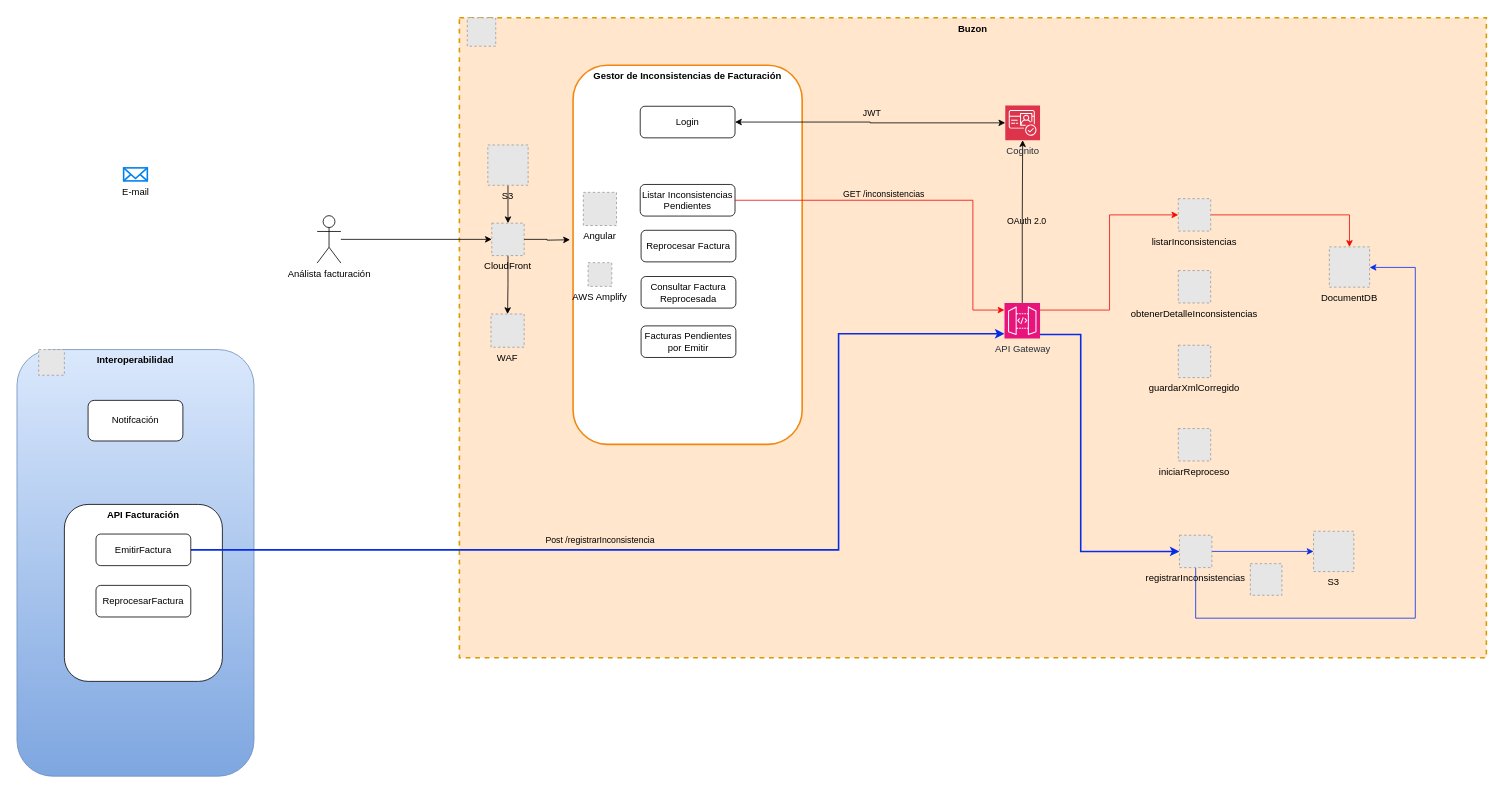
This is page "Gestor Inconsistencias" (18 of 18) of Emision en Linea - Todos.drawio from carlosvalderrama1204/diagrams, a draw.io file, before an edit. Source tidied: cells renumbered, new cells numbered last; positions are measured from the earlier drawing's top-left corner, leaving out a move shared by most shapes. Both pictures are drawn from the tidied source at 79%, with x=0, y=0 at pixel (17, 17). Pictures stored in the file or linked from it are replaced by grey dashed boxes.
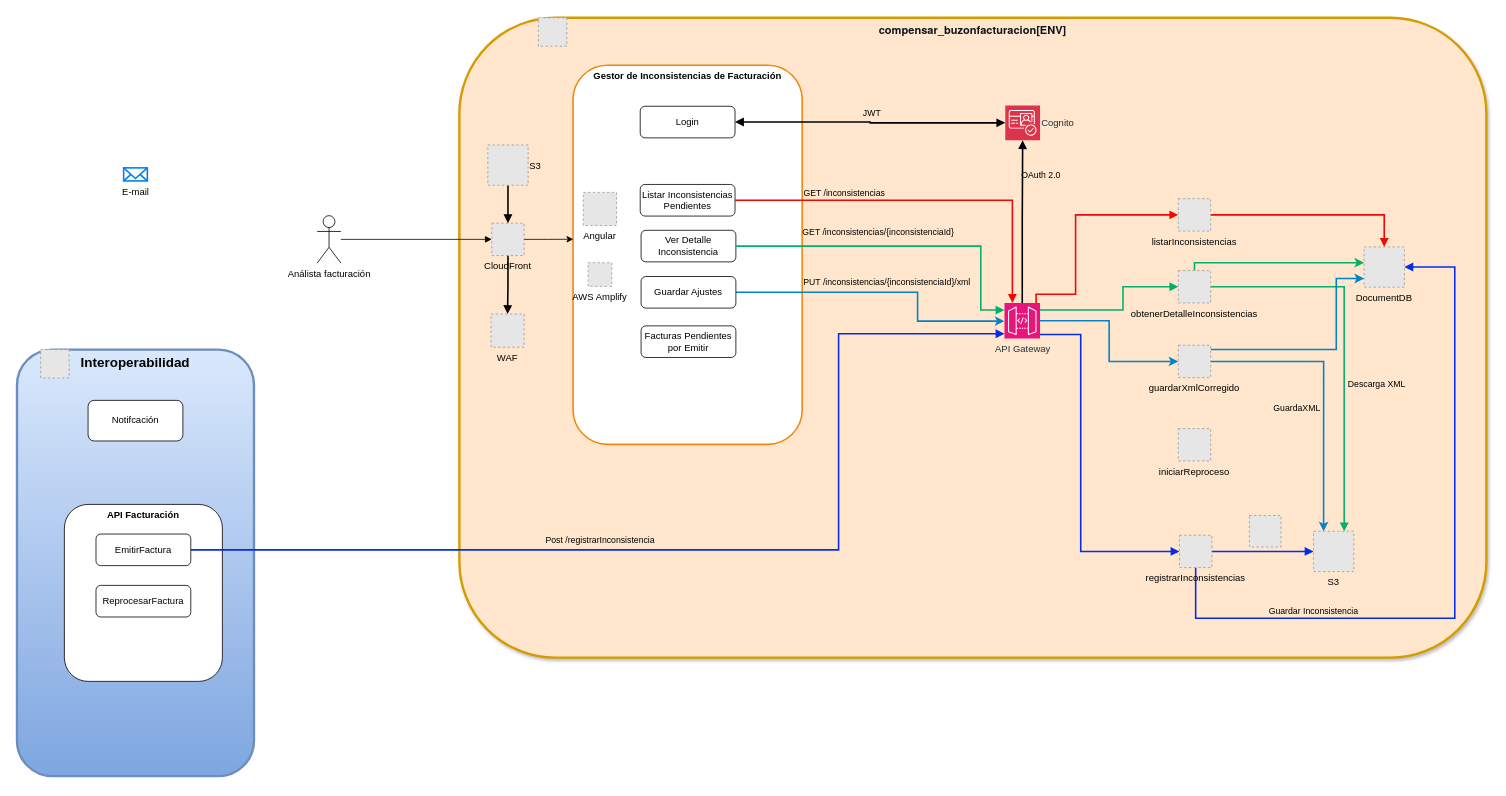
The same diagram, later.

The change refers to these unchanged cells:
```xml
<mxCell id="8" value="Análista facturación" style="shape=umlActor;verticalLabelPosition=bottom;verticalAlign=top;html=1;outlineConnect=0;" parent="1" vertex="1">
  <mxGeometry x="380" y="250.5" width="30" height="60" as="geometry" />
</mxCell>
<mxCell id="12" value="EmitirFactura" style="rounded=1;whiteSpace=wrap;html=1;" parent="1" vertex="1">
  <mxGeometry x="100" y="653.5" width="120" height="40" as="geometry" />
</mxCell>
<mxCell id="18" value="API Gateway" style="sketch=0;points=[[0,0,0],[0.25,0,0],[0.5,0,0],[0.75,0,0],[1,0,0],[0,1,0],[0.25,1,0],[0.5,1,0],[0.75,1,0],[1,1,0],[0,0.25,0],[0,0.5,0],[0,0.75,0],[1,0.25,0],[1,0.5,0],[1,0.75,0]];outlineConnect=0;fontColor=#232F3E;fillColor=#E7157B;strokeColor=#ffffff;dashed=0;verticalLabelPosition=bottom;verticalAlign=top;align=center;html=1;fontSize=12;fontStyle=0;shape=mxgraph.aws4.resourceIcon;resIcon=mxgraph.aws4.api_gateway;" parent="1" vertex="1">
  <mxGeometry x="1250" y="361" width="45" height="45" as="geometry" />
</mxCell>
<mxCell id="21" value="CloudFront" style="fillColor=#E6E6E6;strokeColor=#999999;dashed=1;verticalLabelPosition=bottom;labelBackgroundColor=none;verticalAlign=top;" parent="1" vertex="1">
  <mxGeometry x="601" y="260" width="41" height="41" as="geometry" />
</mxCell>
<mxCell id="22" value="WAF" style="fillColor=#E6E6E6;strokeColor=#999999;dashed=1;verticalLabelPosition=bottom;labelBackgroundColor=none;verticalAlign=top;" parent="1" vertex="1">
  <mxGeometry x="600" y="375" width="42" height="42" as="geometry" />
</mxCell>
<mxCell id="25" value="S3" style="fillColor=#E6E6E6;strokeColor=#999999;dashed=1;verticalLabelPosition=bottom;labelBackgroundColor=none;verticalAlign=top;" parent="1" vertex="1">
  <mxGeometry x="1641.2" y="650" width="51" height="51" as="geometry" />
</mxCell>
<mxCell id="30" value="registrarInconsistencias" style="fillColor=#E6E6E6;strokeColor=#999999;dashed=1;verticalLabelPosition=bottom;labelBackgroundColor=none;verticalAlign=top;" parent="1" vertex="1">
  <mxGeometry x="1471.5" y="655" width="41" height="41" as="geometry" />
</mxCell>
<mxCell id="32" value="listarInconsistencias" style="fillColor=#E6E6E6;strokeColor=#999999;dashed=1;verticalLabelPosition=bottom;labelBackgroundColor=none;verticalAlign=top;" parent="1" vertex="1">
  <mxGeometry x="1470" y="229" width="41" height="41" as="geometry" />
</mxCell>
<mxCell id="33" value="obtenerDetalleInconsistencias" style="fillColor=#E6E6E6;strokeColor=#999999;dashed=1;verticalLabelPosition=bottom;labelBackgroundColor=none;verticalAlign=top;" parent="1" vertex="1">
  <mxGeometry x="1470" y="320" width="41" height="41" as="geometry" />
</mxCell>
<mxCell id="34" value="guardarXmlCorregido" style="fillColor=#E6E6E6;strokeColor=#999999;dashed=1;verticalLabelPosition=bottom;labelBackgroundColor=none;verticalAlign=top;" parent="1" vertex="1">
  <mxGeometry x="1470" y="414.5" width="41" height="41" as="geometry" />
</mxCell>
<mxCell id="36" value="Gestor de Inconsistencias de Facturación" style="rounded=1;whiteSpace=wrap;html=1;align=center;verticalAlign=top;fontStyle=1;strokeColor=light-dark(#f1870e, #ededed);strokeWidth=2;" parent="1" vertex="1">
  <mxGeometry x="703.9" y="60" width="290" height="480" as="geometry" />
</mxCell>
<mxCell id="37" value="Login" style="rounded=1;whiteSpace=wrap;html=1;" parent="1" vertex="1">
  <mxGeometry x="788.9" y="112" width="120" height="40" as="geometry" />
</mxCell>
<mxCell id="38" value="Listar Inconsistencias Pendientes" style="rounded=1;whiteSpace=wrap;html=1;" parent="1" vertex="1">
  <mxGeometry x="788.9" y="211" width="120" height="40" as="geometry" />
</mxCell>
```

Diff of the diagram source:
```diff
@@
-    <mxCell id="2" value="Buzon" style="rounded=0;whiteSpace=wrap;html=1;verticalAlign=top;fontStyle=1;fillColor=#ffe6cc;strokeColor=#d79b00;dashed=1;strokeWidth=2;" parent="1" vertex="1">
+    <mxCell id="2" value="&lt;span style=&quot;color: rgb(15, 20, 26); font-family: &amp;quot;Amazon Ember&amp;quot;, &amp;quot;Helvetica Neue&amp;quot;, Roboto, Arial, sans-serif; font-size: 14px; text-align: start;&quot;&gt;compensar_buzonfacturacion[ENV]&lt;/span&gt;" style="rounded=1;whiteSpace=wrap;html=1;verticalAlign=top;fontStyle=1;fillColor=#ffe6cc;strokeColor=#d79b00;strokeWidth=3;labelBackgroundColor=none;labelBorderColor=none;textShadow=0;perimeterSpacing=0;glass=0;shadow=1;" parent="1" vertex="1">
       <mxGeometry x="560" width="1300" height="810" as="geometry" />
     </mxCell>
-    <mxCell id="3" style="group;dashed=1;strokeWidth=2;" parent="1" vertex="1">
+    <mxCell id="3" style="group;strokeWidth=1;shadow=1;" parent="1" vertex="1">
       <mxGeometry y="420" width="300" height="540" as="geometry" />
     </mxCell>
-    <mxCell id="4" value="Interoperabilidad" style="rounded=1;whiteSpace=wrap;html=1;fontStyle=1;verticalAlign=top;fillColor=#dae8fc;strokeColor=#6c8ebf;gradientColor=#7ea6e0;" parent="3" vertex="1">
+    <mxCell id="4" value="&lt;font style=&quot;font-size: 17px;&quot;&gt;Interoperabilidad&lt;/font&gt;" style="rounded=1;whiteSpace=wrap;html=1;fontStyle=1;verticalAlign=top;fillColor=#dae8fc;strokeColor=#6c8ebf;gradientColor=#7ea6e0;strokeWidth=3;" parent="3" vertex="1">
       <mxGeometry width="300" height="540" as="geometry" />
     </mxCell>
-    <mxCell id="5" style="fillColor=#E6E6E6;strokeColor=#999999;dashed=1;verticalLabelPosition=bottom;labelBackgroundColor=default;verticalAlign=top;" parent="3" vertex="1">
-      <mxGeometry x="27.5" width="32.5" height="32.5" as="geometry" />
-    </mxCell>
@@
+    <mxCell id="51" style="fillColor=#E6E6E6;strokeColor=#999999;dashed=1;verticalLabelPosition=bottom;labelBackgroundColor=default;verticalAlign=top;" parent="3" vertex="1">
+      <mxGeometry x="30" width="36" height="36" as="geometry" />
+    </mxCell>
-    <mxCell id="7" style="edgeStyle=orthogonalEdgeStyle;rounded=0;jettySize=auto;html=1;entryX=0;entryY=0.5;entryDx=0;entryDy=0;" parent="1" edge="1" source="8" target="21">
+    <mxCell id="7" style="edgeStyle=orthogonalEdgeStyle;rounded=0;jettySize=auto;html=1;entryX=0;entryY=0.5;entryDx=0;entryDy=0;endArrow=block;endFill=1;" parent="1" edge="1" source="8" target="21">
       <mxGeometry relative="1" as="geometry" />
     </mxCell>
@@
-    <mxCell id="10" style="edgeStyle=orthogonalEdgeStyle;rounded=0;jettySize=auto;html=1;strokeColor=light-dark(#062cea, #ededed);strokeWidth=2;" parent="1" edge="1" source="12" target="18">
+    <mxCell id="10" style="edgeStyle=orthogonalEdgeStyle;rounded=0;jettySize=auto;html=1;strokeColor=light-dark(#062cea, #ededed);strokeWidth=2;endArrow=block;endFill=1;" parent="1" edge="1" source="12" target="18">
       <mxGeometry relative="1" as="geometry">
         <Array as="points">
           <mxPoint x="1040" y="674" />
           <mxPoint x="1040" y="400" />
         </Array>
       </mxGeometry>
     </mxCell>
@@
-    <mxCell id="14" style="edgeStyle=orthogonalEdgeStyle;rounded=0;jettySize=auto;html=1;entryX=0;entryY=0.5;entryDx=0;entryDy=0;strokeColor=light-dark(#062CEA,#EDEDED);strokeWidth=2;" parent="1" edge="1" source="18" target="30">
+    <mxCell id="14" style="edgeStyle=orthogonalEdgeStyle;rounded=0;jettySize=auto;html=1;entryX=0;entryY=0.5;entryDx=0;entryDy=0;strokeColor=light-dark(#062CEA,#EDEDED);strokeWidth=2;endArrow=block;endFill=1;" parent="1" edge="1" source="18" target="30">
       <mxGeometry relative="1" as="geometry">
         <Array as="points">
           <mxPoint x="1346.5" y="401" />
           <mxPoint x="1346.5" y="676" />
         </Array>
       </mxGeometry>
     </mxCell>
-    <mxCell id="15" style="edgeStyle=orthogonalEdgeStyle;rounded=0;jettySize=auto;html=1;" parent="1" edge="1" source="18" target="27">
+    <mxCell id="15" style="edgeStyle=orthogonalEdgeStyle;rounded=0;jettySize=auto;html=1;endArrow=block;endFill=1;strokeWidth=2;" parent="1" edge="1" source="18" target="27">
       <mxGeometry relative="1" as="geometry" />
     </mxCell>
     <mxCell id="16" value="OAuth 2.0" style="edgeLabel;html=1;align=center;verticalAlign=middle;labelBackgroundColor=none;" parent="15" vertex="1">
       <mxGeometry x="0.01" y="-3" relative="1" as="geometry">
-        <mxPoint x="1" as="offset" />
+        <mxPoint x="19" y="-59" as="offset" />
       </mxGeometry>
     </mxCell>
-    <mxCell id="17" style="edgeStyle=orthogonalEdgeStyle;rounded=0;jettySize=auto;html=1;entryX=0;entryY=0.5;entryDx=0;entryDy=0;strokeColor=#F20707;" parent="1" edge="1" source="18" target="32">
+    <mxCell id="17" style="edgeStyle=orthogonalEdgeStyle;rounded=0;jettySize=auto;html=1;entryX=0;entryY=0.5;entryDx=0;entryDy=0;strokeColor=#F20707;endArrow=block;endFill=1;strokeWidth=2;" parent="1" edge="1" source="18" target="32">
       <mxGeometry relative="1" as="geometry">
         <Array as="points">
-          <mxPoint x="1383" y="370" />
-          <mxPoint x="1383" y="250" />
+          <mxPoint x="1290" y="350" />
+          <mxPoint x="1340" y="350" />
+          <mxPoint x="1340" y="249" />
         </Array>
       </mxGeometry>
     </mxCell>
+    <mxCell id="52" style="edgeStyle=orthogonalEdgeStyle;rounded=0;jettySize=auto;html=1;entryX=0;entryY=0.5;entryDx=0;entryDy=0;strokeColor=#04AF6D;strokeWidth=2;endArrow=block;endFill=1;" parent="1" edge="1" source="18" target="33">
+      <mxGeometry relative="1" as="geometry">
+        <Array as="points">
+          <mxPoint x="1400" y="370" />
+          <mxPoint x="1400" y="341" />
+        </Array>
+      </mxGeometry>
+    </mxCell>
+    <mxCell id="53" style="edgeStyle=orthogonalEdgeStyle;rounded=0;jettySize=auto;html=1;entryX=0;entryY=0.5;entryDx=0;entryDy=0;strokeColor=#0084C7;strokeWidth=2;" parent="1" edge="1" source="18" target="34">
+      <mxGeometry relative="1" as="geometry" />
+    </mxCell>
@@
-    <mxCell id="20" style="edgeStyle=orthogonalEdgeStyle;rounded=0;jettySize=auto;html=1;entryX=0.5;entryY=0;entryDx=0;entryDy=0;" parent="1" edge="1" source="21" target="22">
+    <mxCell id="20" style="edgeStyle=orthogonalEdgeStyle;rounded=0;jettySize=auto;html=1;entryX=0.5;entryY=0;entryDx=0;entryDy=0;endArrow=block;endFill=1;strokeWidth=2;" parent="1" edge="1" source="21" target="22">
       <mxGeometry relative="1" as="geometry" />
     </mxCell>
@@
     <mxCell id="23" style="fillColor=#E6E6E6;strokeColor=#999999;dashed=1;verticalLabelPosition=bottom;labelBackgroundColor=default;verticalAlign=top;" parent="1" vertex="1">
-      <mxGeometry x="570" width="36" height="36" as="geometry" />
+      <mxGeometry x="660" width="36" height="36" as="geometry" />
     </mxCell>
-    <mxCell id="24" value="DocumentDB" style="fillColor=#E6E6E6;strokeColor=#999999;dashed=1;verticalLabelPosition=bottom;labelBackgroundColor=none;verticalAlign=top;" parent="1" vertex="1">
-      <mxGeometry x="1661.2" y="290" width="51" height="51" as="geometry" />
+    <mxCell id="24" value="DocumentDB" style="fillColor=#E6E6E6;strokeColor=#999999;dashed=1;verticalLabelPosition=bottom;labelBackgroundColor=none;verticalAlign=top;labelPosition=center;align=center;" parent="1" vertex="1">
+      <mxGeometry x="1705.2" y="290" width="51" height="51" as="geometry" />
     </mxCell>
@@
     <mxCell id="26" style="fillColor=#E6E6E6;strokeColor=#999999;dashed=1;html=1;verticalAlign=top;verticalLabelPosition=bottom;labelBackgroundColor=#ffffff;" parent="1" vertex="1">
-      <mxGeometry x="1561.2" y="691" width="40" height="40" as="geometry" />
+      <mxGeometry x="1560" y="630" width="40" height="40" as="geometry" />
     </mxCell>
-    <mxCell id="27" value="Cognito" style="sketch=0;points=[[0,0,0],[0.25,0,0],[0.5,0,0],[0.75,0,0],[1,0,0],[0,1,0],[0.25,1,0],[0.5,1,0],[0.75,1,0],[1,1,0],[0,0.25,0],[0,0.5,0],[0,0.75,0],[1,0.25,0],[1,0.5,0],[1,0.75,0]];outlineConnect=0;fontColor=#232F3E;fillColor=#DD344C;strokeColor=#ffffff;dashed=0;verticalLabelPosition=bottom;verticalAlign=top;align=center;html=1;fontSize=12;fontStyle=0;shape=mxgraph.aws4.resourceIcon;resIcon=mxgraph.aws4.cognito;" parent="1" vertex="1">
+    <mxCell id="27" value="Cognito" style="sketch=0;points=[[0,0,0],[0.25,0,0],[0.5,0,0],[0.75,0,0],[1,0,0],[0,1,0],[0.25,1,0],[0.5,1,0],[0.75,1,0],[1,1,0],[0,0.25,0],[0,0.5,0],[0,0.75,0],[1,0.25,0],[1,0.5,0],[1,0.75,0]];outlineConnect=0;fontColor=#232F3E;fillColor=#DD344C;strokeColor=#ffffff;dashed=0;verticalLabelPosition=middle;verticalAlign=middle;align=left;html=1;fontSize=12;fontStyle=0;shape=mxgraph.aws4.resourceIcon;resIcon=mxgraph.aws4.cognito;labelPosition=right;" parent="1" vertex="1">
       <mxGeometry x="1251" y="111" width="44" height="44" as="geometry" />
     </mxCell>
-    <mxCell id="28" style="edgeStyle=orthogonalEdgeStyle;rounded=0;jettySize=auto;html=1;strokeColor=#062CEA;" parent="1" edge="1" source="30" target="25">
+    <mxCell id="28" style="edgeStyle=orthogonalEdgeStyle;rounded=0;jettySize=auto;html=1;strokeColor=#062CEA;endArrow=block;endFill=1;strokeWidth=2;" parent="1" edge="1" source="30" target="25">
       <mxGeometry relative="1" as="geometry" />
     </mxCell>
-    <mxCell id="29" style="edgeStyle=orthogonalEdgeStyle;rounded=0;jettySize=auto;html=1;strokeColor=#062CEA;" parent="1" edge="1" source="30" target="24">
+    <mxCell id="29" style="edgeStyle=orthogonalEdgeStyle;rounded=0;jettySize=auto;html=1;strokeColor=#062CEA;endArrow=block;endFill=1;strokeWidth=2;entryX=1;entryY=0.5;entryDx=0;entryDy=0;" parent="1" edge="1" source="30" target="24">
       <mxGeometry relative="1" as="geometry">
         <Array as="points">
           <mxPoint x="1492" y="760" />
-          <mxPoint x="1770" y="760" />
-          <mxPoint x="1770" y="316" />
+          <mxPoint x="1820" y="760" />
+          <mxPoint x="1820" y="316" />
         </Array>
       </mxGeometry>
     </mxCell>
+    <mxCell id="54" value="Guardar Inconsistencia" style="edgeLabel;html=1;align=center;verticalAlign=middle;labelBackgroundColor=none;" parent="29" vertex="1">
+      <mxGeometry x="-0.6" y="2" relative="1" as="geometry">
+        <mxPoint x="32" y="-8" as="offset" />
+      </mxGeometry>
+    </mxCell>
@@
-    <mxCell id="31" style="edgeStyle=orthogonalEdgeStyle;rounded=0;jettySize=auto;html=1;entryX=0.5;entryY=0;entryDx=0;entryDy=0;strokeColor=#F20707;" parent="1" edge="1" source="32" target="24">
+    <mxCell id="31" style="edgeStyle=orthogonalEdgeStyle;rounded=0;jettySize=auto;html=1;entryX=0.5;entryY=0;entryDx=0;entryDy=0;strokeColor=#F20707;endArrow=block;endFill=1;strokeWidth=2;" parent="1" edge="1" source="32" target="24">
       <mxGeometry relative="1" as="geometry" />
     </mxCell>
@@
+    <mxCell id="55" style="edgeStyle=orthogonalEdgeStyle;rounded=0;jettySize=auto;html=1;strokeWidth=2;strokeColor=#04AF6D;endArrow=block;endFill=1;" parent="1" edge="1" source="33">
+      <mxGeometry relative="1" as="geometry">
+        <mxPoint x="1680" y="650" as="targetPoint" />
+        <Array as="points">
+          <mxPoint x="1680" y="340" />
+          <mxPoint x="1680" y="650" />
+        </Array>
+      </mxGeometry>
+    </mxCell>
+    <mxCell id="56" value="Descarga XML" style="edgeLabel;html=1;align=center;verticalAlign=middle;labelBackgroundColor=none;" parent="55" vertex="1">
+      <mxGeometry x="0.22" y="1" relative="1" as="geometry">
+        <mxPoint x="39" as="offset" />
+      </mxGeometry>
+    </mxCell>
+    <mxCell id="57" style="edgeStyle=orthogonalEdgeStyle;rounded=0;jettySize=auto;html=1;strokeWidth=2;strokeColor=#04AF6D;" parent="1" edge="1" source="33" target="24">
+      <mxGeometry relative="1" as="geometry">
+        <Array as="points">
+          <mxPoint x="1491" y="310" />
+        </Array>
+      </mxGeometry>
+    </mxCell>
@@
+    <mxCell id="58" style="edgeStyle=orthogonalEdgeStyle;rounded=0;jettySize=auto;html=1;strokeColor=#0084C7;strokeWidth=2;" parent="1" edge="1" source="34" target="24">
+      <mxGeometry relative="1" as="geometry">
+        <Array as="points">
+          <mxPoint x="1670" y="420" />
+          <mxPoint x="1670" y="330" />
+        </Array>
+      </mxGeometry>
+    </mxCell>
+    <mxCell id="59" style="edgeStyle=orthogonalEdgeStyle;rounded=0;jettySize=auto;html=1;entryX=0.25;entryY=0;entryDx=0;entryDy=0;strokeColor=#0084C7;strokeWidth=2;" parent="1" edge="1" source="34" target="25">
+      <mxGeometry relative="1" as="geometry" />
+    </mxCell>
+    <mxCell id="60" value="GuardaXML" style="edgeLabel;html=1;align=center;verticalAlign=middle;labelBackgroundColor=none;" parent="59" vertex="1">
+      <mxGeometry x="0.13" y="-5" relative="1" as="geometry">
+        <mxPoint x="-29" as="offset" />
+      </mxGeometry>
+    </mxCell>
@@
-    <mxCell id="39" value="Reprocesar Factura" style="rounded=1;whiteSpace=wrap;html=1;" parent="1" vertex="1">
+    <mxCell id="39" value="Ver Detalle Inconsistencia" style="rounded=1;whiteSpace=wrap;html=1;" parent="1" vertex="1">
       <mxGeometry x="790" y="269" width="120" height="40" as="geometry" />
     </mxCell>
+    <mxCell id="61" style="edgeStyle=orthogonalEdgeStyle;rounded=0;jettySize=auto;html=1;strokeWidth=2;strokeColor=#0084C7;" parent="1" edge="1" source="40" target="18">
+      <mxGeometry relative="1" as="geometry">
+        <Array as="points">
+          <mxPoint x="1140" y="348" />
+          <mxPoint x="1140" y="384" />
+        </Array>
+      </mxGeometry>
+    </mxCell>
+    <mxCell id="62" value="PUT /inconsistencias/{inconsistenciaId}/xml" style="edgeLabel;html=1;align=center;verticalAlign=middle;labelBackgroundColor=none;" parent="61" vertex="1">
+      <mxGeometry x="-0.42" y="5" relative="1" as="geometry">
+        <mxPoint x="81" y="-8" as="offset" />
+      </mxGeometry>
+    </mxCell>
-    <mxCell id="40" value="Consultar Factura Reprocesada" style="rounded=1;whiteSpace=wrap;html=1;" parent="1" vertex="1">
+    <mxCell id="40" value="Guardar Ajustes" style="rounded=1;whiteSpace=wrap;html=1;" parent="1" vertex="1">
       <mxGeometry x="790" y="327.5" width="120" height="40" as="geometry" />
     </mxCell>
@@
-    <mxCell id="43" style="edgeStyle=orthogonalEdgeStyle;rounded=0;jettySize=auto;html=1;entryX=0;entryY=0.5;entryDx=0;entryDy=0;entryPerimeter=0;startArrow=classic;startFill=1;" parent="1" edge="1" source="37" target="27">
+    <mxCell id="43" style="edgeStyle=orthogonalEdgeStyle;rounded=0;jettySize=auto;html=1;entryX=0;entryY=0.5;entryDx=0;entryDy=0;entryPerimeter=0;startArrow=block;startFill=1;endArrow=block;endFill=1;strokeWidth=2;" parent="1" edge="1" source="37" target="27">
       <mxGeometry relative="1" as="geometry" />
     </mxCell>
@@
-    <mxCell id="45" style="edgeStyle=orthogonalEdgeStyle;rounded=0;jettySize=auto;html=1;entryX=0.5;entryY=0;entryDx=0;entryDy=0;" parent="1" edge="1" source="46" target="21">
+    <mxCell id="45" style="edgeStyle=orthogonalEdgeStyle;rounded=0;jettySize=auto;html=1;entryX=0.5;entryY=0;entryDx=0;entryDy=0;endArrow=block;endFill=1;strokeWidth=2;" parent="1" edge="1" source="46" target="21">
       <mxGeometry relative="1" as="geometry" />
     </mxCell>
-    <mxCell id="46" value="S3" style="fillColor=#E6E6E6;strokeColor=#999999;dashed=1;verticalLabelPosition=bottom;labelBackgroundColor=none;verticalAlign=top;" parent="1" vertex="1">
+    <mxCell id="46" value="S3" style="fillColor=#E6E6E6;strokeColor=#999999;dashed=1;verticalLabelPosition=middle;labelBackgroundColor=none;verticalAlign=middle;labelPosition=right;align=left;" parent="1" vertex="1">
       <mxGeometry x="596" y="161" width="51" height="51" as="geometry" />
     </mxCell>
@@
-    <mxCell id="48" style="edgeStyle=orthogonalEdgeStyle;rounded=0;jettySize=auto;html=1;strokeColor=light-dark(#f20707, #ededed);" parent="1" edge="1" source="38">
+    <mxCell id="48" style="edgeStyle=orthogonalEdgeStyle;rounded=0;jettySize=auto;html=1;strokeColor=light-dark(#f20707, #ededed);endArrow=block;endFill=1;strokeWidth=2;" parent="1" edge="1" source="38" target="18">
       <mxGeometry relative="1" as="geometry">
-        <mxPoint x="1250" y="370" as="targetPoint" />
         <Array as="points">
-          <mxPoint x="1210" y="231" />
-          <mxPoint x="1210" y="370" />
-          <mxPoint x="1250" y="370" />
+          <mxPoint x="1260" y="231" />
         </Array>
       </mxGeometry>
     </mxCell>
     <mxCell id="49" value="GET /inconsistencias" style="edgeLabel;html=1;align=center;verticalAlign=middle;labelBackgroundColor=none;" parent="48" vertex="1">
       <mxGeometry x="-0.38" y="-1" relative="1" as="geometry">
-        <mxPoint x="39" y="-10" as="offset" />
+        <mxPoint x="-11" y="-11" as="offset" />
       </mxGeometry>
     </mxCell>
-    <mxCell id="50" style="edgeStyle=orthogonalEdgeStyle;rounded=0;jettySize=auto;html=1;" parent="1" edge="1" source="21">
-      <mxGeometry relative="1" as="geometry">
-        <mxPoint x="700" y="281" as="targetPoint" />
-      </mxGeometry>
-    </mxCell>
+    <mxCell id="63" style="edgeStyle=orthogonalEdgeStyle;rounded=0;jettySize=auto;html=1;entryX=0.001;entryY=0.459;entryDx=0;entryDy=0;entryPerimeter=0;" parent="1" edge="1" source="21" target="36">
+      <mxGeometry relative="1" as="geometry" />
+    </mxCell>
+    <mxCell id="64" style="edgeStyle=orthogonalEdgeStyle;rounded=0;jettySize=auto;html=1;strokeColor=#04AF6D;strokeWidth=2;endArrow=block;endFill=1;" parent="1" edge="1" source="39" target="18">
+      <mxGeometry relative="1" as="geometry">
+        <Array as="points">
+          <mxPoint x="1220" y="289" />
+          <mxPoint x="1220" y="370" />
+        </Array>
+      </mxGeometry>
+    </mxCell>
+    <mxCell id="65" value="GET /inconsistencias/{inconsistenciaId}" style="edgeLabel;html=1;align=center;verticalAlign=middle;labelBackgroundColor=none;" parent="64" vertex="1">
+      <mxGeometry x="-0.22" y="3" relative="1" as="geometry">
+        <mxPoint x="15" y="-16" as="offset" />
+      </mxGeometry>
+    </mxCell>
```
